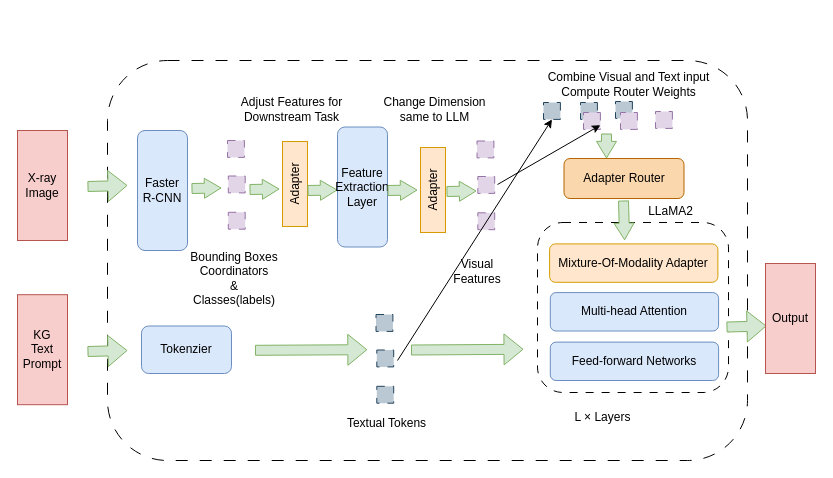
The draw.io diagram util/Untitled Diagram.drawio in YatingPan/LaVIN, before the edit. Source tidied: cells renumbered, new cells numbered last; positions are measured from the earlier drawing's top-left corner, leaving out a move shared by most shapes. Both pictures are drawn from the tidied source at 100%, with x=0, y=0 at pixel (17, 60).
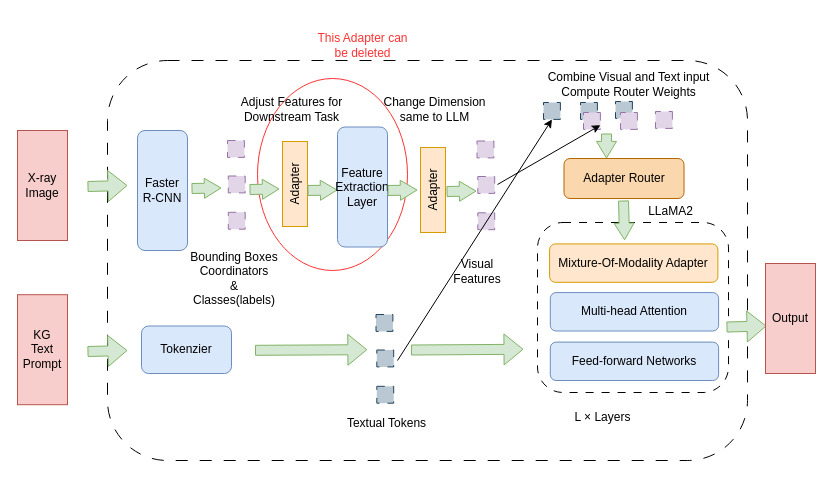
The same page after the edit.

Diff of the diagram source:
```diff
@@
+    <mxCell id="60" style="ellipse;whiteSpace=wrap;html=1;fillColor=none;strokeColor=#FF3333;" parent="1" vertex="1">
+      <mxGeometry x="240" y="18" width="150" height="192" as="geometry" />
+    </mxCell>
@@
+    <mxCell id="61" value="&lt;font color=&quot;#ff3333&quot;&gt;This Adapter can be deleted&lt;/font&gt;" style="rounded=0;whiteSpace=wrap;html=1;strokeColor=none;fillColor=none;" parent="1" vertex="1">
+      <mxGeometry x="292.5" y="-43.5" width="105" height="57.5" as="geometry" />
+    </mxCell>
```
